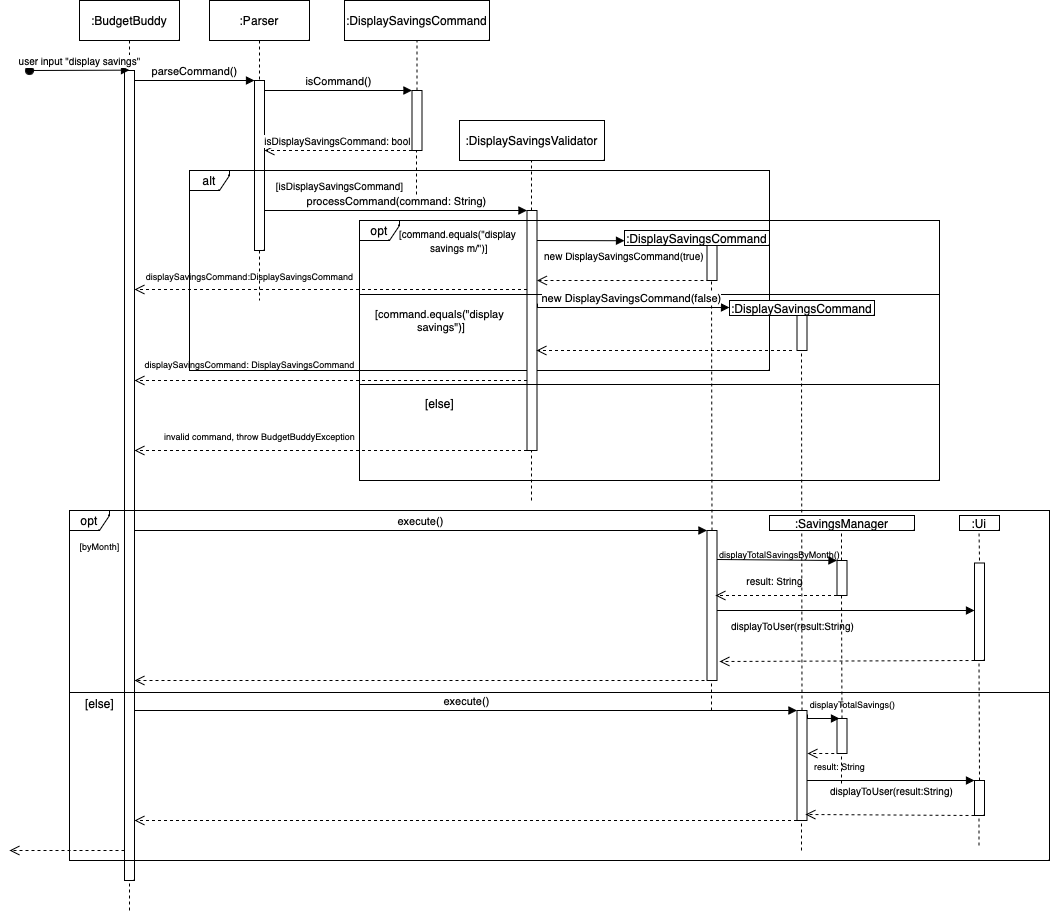
Earlier version of the draw.io export docs/diagrams/DisplaySavingsSequenceDiagram.drawio.png (telferang/tp). Source tidied: cells renumbered, new cells last; positions are measured from the earlier drawing's top-left corner, leaving out a move shared by most shapes.
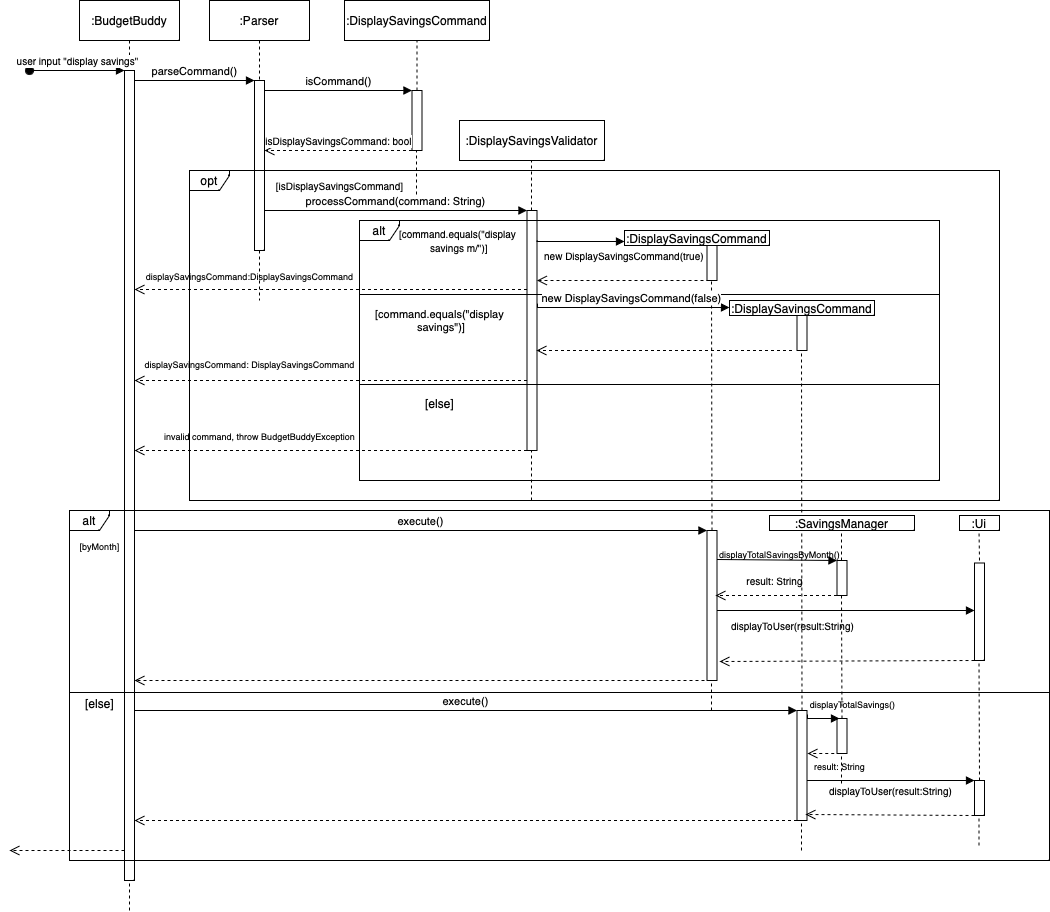
Later version of the same file.

Commit message:
Update DisplaySavings and SearchExpense sequence diagrams. Update DG for DisplayHelp and BreakdownExpense features. Change isCommand() in HelpCommand to return true for commands starting with "help"

What changed in the source:
```diff
@@ -57,8 +57,8 @@
         <mxPoint x="407" y="150" as="targetPoint" />
       </mxGeometry>
     </mxCell>
-    <mxCell id="14" value="alt" style="shape=umlFrame;whiteSpace=wrap;html=1;width=40;height=20;" parent="1" vertex="1">
-      <mxGeometry x="180" y="170" width="580" height="200" as="geometry" />
+    <mxCell id="14" value="opt" style="shape=umlFrame;whiteSpace=wrap;html=1;width=40;height=20;" parent="1" vertex="1">
+      <mxGeometry x="180" y="170" width="810" height="330" as="geometry" />
     </mxCell>
     <mxCell id="15" value="&lt;font style=&quot;font-size: 10px;&quot;&gt;[isDisplaySavingsCommand]&lt;/font&gt;" style="text;html=1;align=center;verticalAlign=middle;strokeColor=none;fillColor=none;" parent="1" vertex="1">
       <mxGeometry x="255" y="170" width="150" height="30" as="geometry" />
@@ -83,7 +83,7 @@
         </Array>
       </mxGeometry>
     </mxCell>
-    <mxCell id="20" value="opt" style="shape=umlFrame;whiteSpace=wrap;html=1;width=40;height=20;" parent="1" vertex="1">
+    <mxCell id="20" value="alt" style="shape=umlFrame;whiteSpace=wrap;html=1;width=40;height=20;" parent="1" vertex="1">
       <mxGeometry x="350" y="220" width="580" height="260" as="geometry" />
     </mxCell>
     <mxCell id="21" value="&lt;font style=&quot;font-size: 10px;&quot;&gt;[command.equals(&quot;display&lt;/font&gt;&lt;div&gt;&lt;font style=&quot;font-size: 10px;&quot;&gt;&amp;nbsp;savings m/&quot;)]&lt;/font&gt;&lt;/div&gt;" style="text;html=1;align=center;verticalAlign=middle;strokeColor=none;fillColor=none;" parent="1" vertex="1">
@@ -202,7 +202,7 @@
         </Array>
       </mxGeometry>
     </mxCell>
-    <mxCell id="45" value="opt" style="shape=umlFrame;whiteSpace=wrap;html=1;width=40;height=20;" parent="1" vertex="1">
+    <mxCell id="45" value="alt" style="shape=umlFrame;whiteSpace=wrap;html=1;width=40;height=20;" parent="1" vertex="1">
       <mxGeometry x="60" y="510" width="980" height="350" as="geometry" />
     </mxCell>
     <mxCell id="46" value="&lt;font style=&quot;font-size: 9px;&quot;&gt;[byMonth]&lt;/font&gt;" style="text;html=1;align=center;verticalAlign=middle;strokeColor=none;fillColor=none;" parent="1" vertex="1">
```
